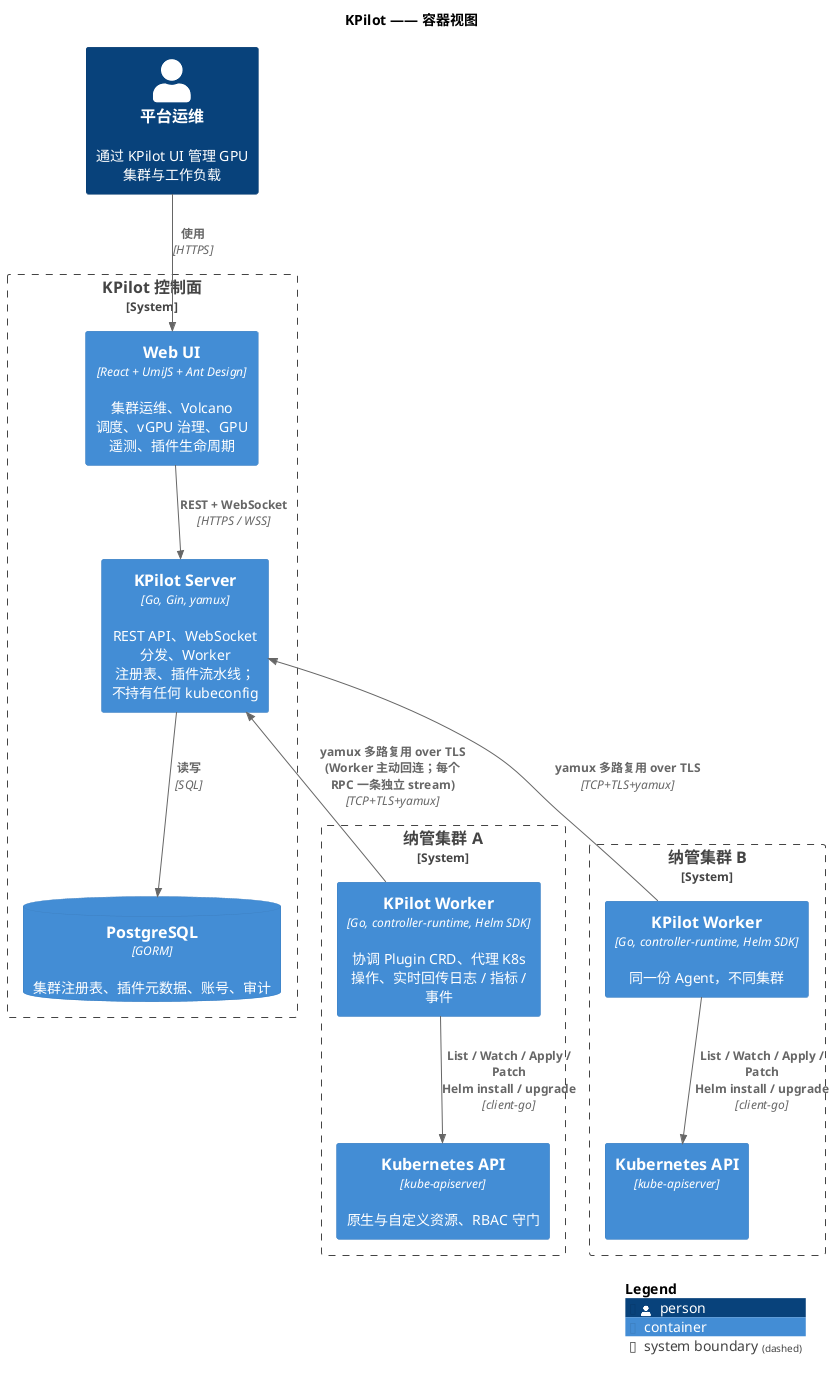
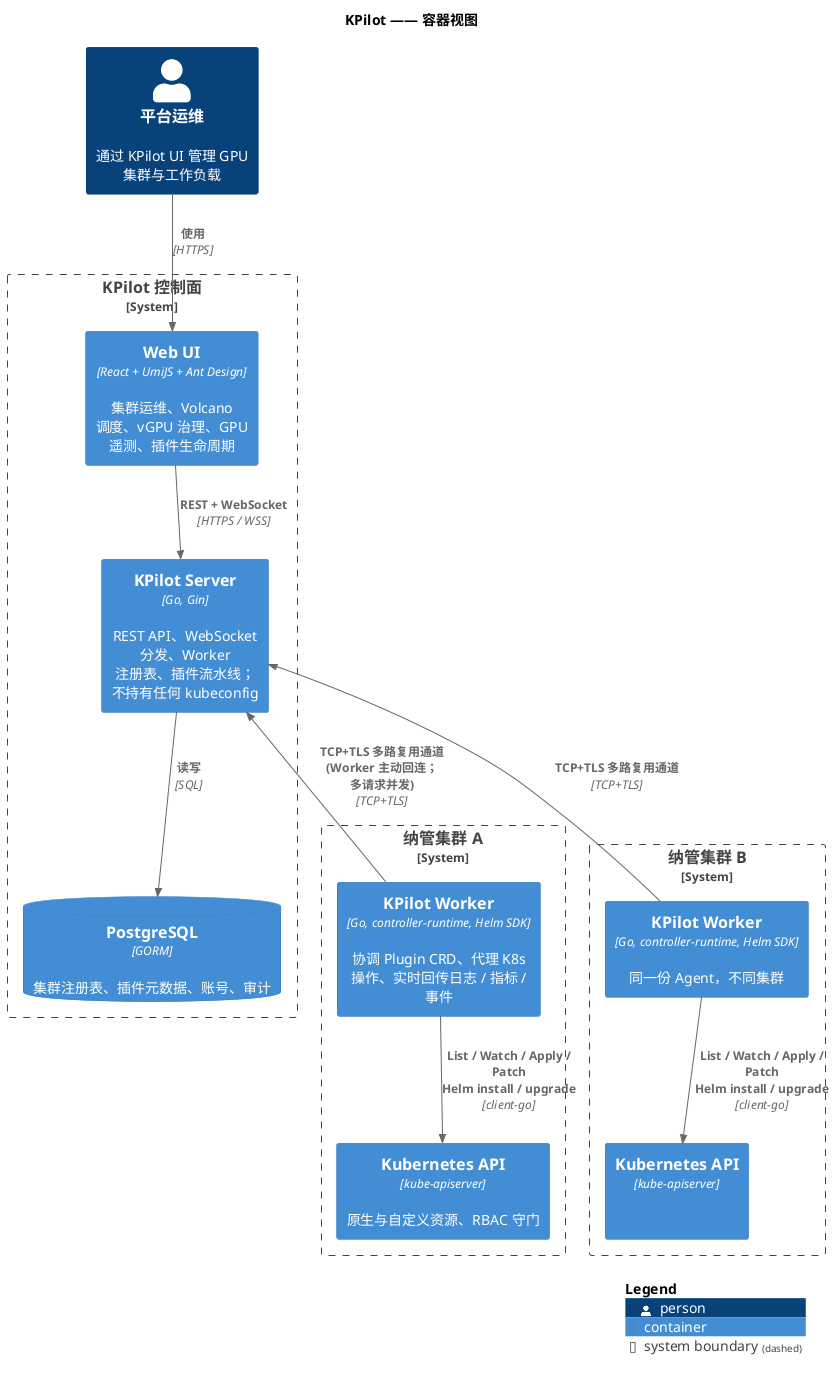
@startuml
!include <C4/C4_Container>

LAYOUT_WITH_LEGEND()
title KPilot —— 容器视图

Person(operator, "平台运维", "通过 KPilot UI 管理 GPU 集群与工作负载")

System_Boundary(kpilot, "KPilot 控制面") {
    Container(ui, "Web UI", "React + UmiJS + Ant Design", "集群运维、Volcano 调度、vGPU 治理、GPU 遥测、插件生命周期")
-     Container(server, "KPilot Server", "Go, Gin, yamux", "REST API、WebSocket 分发、Worker 注册表、插件流水线；不持有任何 kubeconfig")
+     Container(server, "KPilot Server", "Go, Gin", "REST API、WebSocket 分发、Worker 注册表、插件流水线；不持有任何 kubeconfig")
    ContainerDb(db, "PostgreSQL", "GORM", "集群注册表、插件元数据、账号、审计")
}

System_Boundary(cluster_a, "纳管集群 A") {
    Container(worker_a, "KPilot Worker", "Go, controller-runtime, Helm SDK", "协调 Plugin CRD、代理 K8s 操作、实时回传日志 / 指标 / 事件")
    Container(k8s_a, "Kubernetes API", "kube-apiserver", "原生与自定义资源、RBAC 守门")
}

System_Boundary(cluster_b, "纳管集群 B") {
    Container(worker_b, "KPilot Worker", "Go, controller-runtime, Helm SDK", "同一份 Agent，不同集群")
    Container(k8s_b, "Kubernetes API", "kube-apiserver", " ")
}

Rel(operator, ui, "使用", "HTTPS")
Rel(ui, server, "REST + WebSocket", "HTTPS / WSS")
Rel(server, db, "读写", "SQL")

- Rel_U(worker_a, server, "yamux 多路复用 over TLS\n(Worker 主动回连；每个 RPC 一条独立 stream)", "TCP+TLS+yamux")
- Rel_U(worker_b, server, "yamux 多路复用 over TLS", "TCP+TLS+yamux")
+ Rel_U(worker_a, server, "TCP+TLS 多路复用通道\n(Worker 主动回连；多请求并发)", "TCP+TLS")
+ Rel_U(worker_b, server, "TCP+TLS 多路复用通道", "TCP+TLS")

Rel(worker_a, k8s_a, "List / Watch / Apply / Patch\nHelm install / upgrade", "client-go")
Rel(worker_b, k8s_b, "List / Watch / Apply / Patch\nHelm install / upgrade", "client-go")

SHOW_LEGEND()
@enduml
